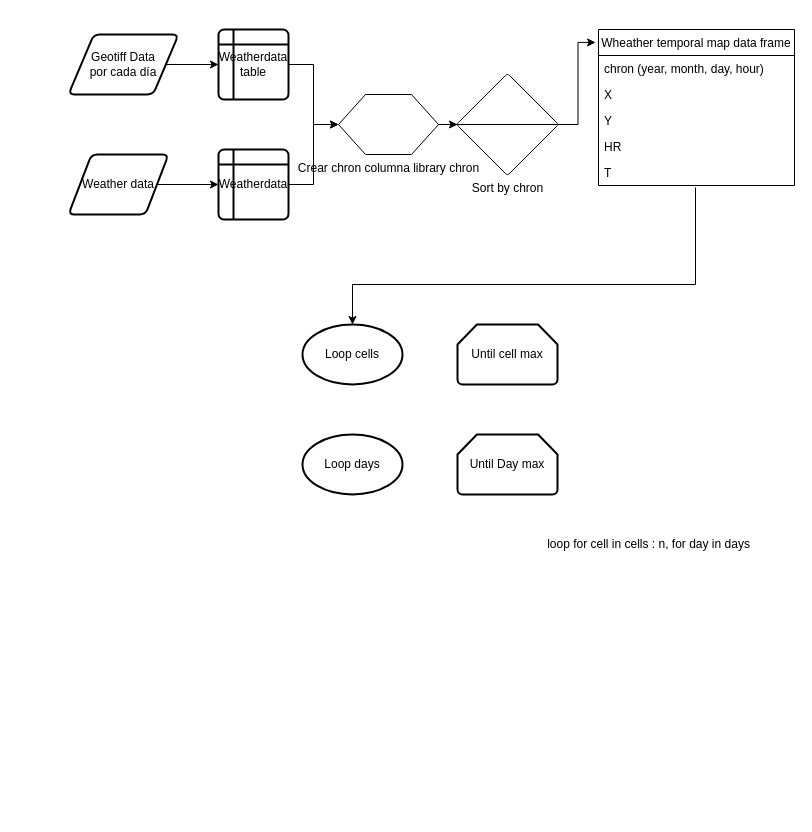
The draw.io diagram Untitled Diagram.drawio in stdupas/interactiveBlightMap, before the edit. Source tidied: cells renumbered, new cells numbered last; positions are measured from the earlier drawing's top-left corner, leaving out a move shared by most shapes. Both pictures are drawn from the tidied source at 100%, with x=0, y=0 at pixel (68, 29).
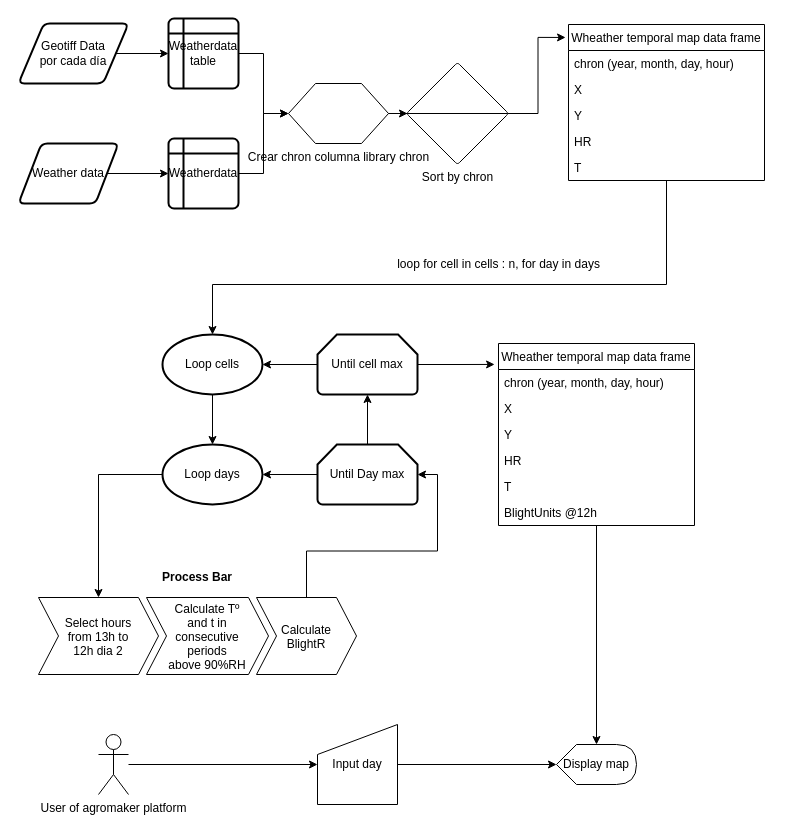
The same page after the edit.

What changed in the source:
```diff
@@
     <mxCell id="2" value="Weather data" style="shape=parallelogram;html=1;strokeWidth=2;perimeter=parallelogramPerimeter;whiteSpace=wrap;rounded=1;arcSize=12;size=0.23;" parent="1" vertex="1">
-      <mxGeometry y="125" width="100" height="60" as="geometry" />
+      <mxGeometry x="-50" y="114" width="100" height="60" as="geometry" />
     </mxCell>
@@
     <mxCell id="4" value="Weatherdata" style="shape=internalStorage;whiteSpace=wrap;html=1;dx=15;dy=15;rounded=1;arcSize=8;strokeWidth=2;" parent="1" vertex="1">
-      <mxGeometry x="150" y="120" width="70" height="70" as="geometry" />
+      <mxGeometry x="100" y="109" width="70" height="70" as="geometry" />
     </mxCell>
@@
-    <mxCell id="6" style="edgeStyle=orthogonalEdgeStyle;rounded=0;jettySize=auto;html=1;entryX=0.5;entryY=0;entryDx=0;entryDy=0;entryPerimeter=0;" parent="1" edge="1" target="12">
+    <mxCell id="6" style="edgeStyle=orthogonalEdgeStyle;rounded=0;jettySize=auto;html=1;entryX=0.5;entryY=0;entryDx=0;entryDy=0;entryPerimeter=0;exitX=0.5;exitY=1;exitDx=0;exitDy=0;" parent="1" edge="1" source="18" target="12">
       <mxGeometry relative="1" as="geometry">
-        <mxPoint x="627" y="158" as="sourcePoint" />
         <Array as="points">
-          <mxPoint x="627" y="255" />
-          <mxPoint x="284" y="255" />
+          <mxPoint x="598" y="255" />
+          <mxPoint x="144" y="255" />
         </Array>
       </mxGeometry>
     </mxCell>
@@
     <mxCell id="8" value="Crear chron columna library chron" style="verticalLabelPosition=bottom;verticalAlign=top;html=1;shape=hexagon;perimeter=hexagonPerimeter2;arcSize=6;size=0.27;" parent="1" vertex="1">
-      <mxGeometry x="270" y="65" width="100" height="60" as="geometry" />
+      <mxGeometry x="220" y="54" width="100" height="60" as="geometry" />
     </mxCell>
@@
     <mxCell id="10" value="Sort by chron" style="verticalLabelPosition=bottom;verticalAlign=top;html=1;shape=mxgraph.flowchart.sort;" parent="1" vertex="1">
-      <mxGeometry x="389" y="45" width="100" height="100" as="geometry" />
+      <mxGeometry x="339" y="34" width="100" height="100" as="geometry" />
     </mxCell>
+    <mxCell id="26" style="edgeStyle=orthogonalEdgeStyle;rounded=0;jettySize=auto;html=1;entryX=1;entryY=0.5;entryDx=0;entryDy=0;entryPerimeter=0;" parent="1" edge="1" source="11" target="12">
+      <mxGeometry relative="1" as="geometry" />
+    </mxCell>
+    <mxCell id="27" style="edgeStyle=orthogonalEdgeStyle;rounded=0;jettySize=auto;html=1;exitX=1;exitY=0.5;exitDx=0;exitDy=0;exitPerimeter=0;entryX=-0.02;entryY=0.115;entryDx=0;entryDy=0;entryPerimeter=0;" parent="1" edge="1" source="11" target="38">
+      <mxGeometry relative="1" as="geometry" />
+    </mxCell>
     <mxCell id="11" value="Until cell max" style="strokeWidth=2;html=1;shape=mxgraph.flowchart.loop_limit;whiteSpace=wrap;" parent="1" vertex="1">
-      <mxGeometry x="389" y="295" width="100" height="60" as="geometry" />
+      <mxGeometry x="249" y="305" width="100" height="60" as="geometry" />
     </mxCell>
+    <mxCell id="28" style="edgeStyle=orthogonalEdgeStyle;rounded=0;jettySize=auto;html=1;exitX=0.5;exitY=1;exitDx=0;exitDy=0;exitPerimeter=0;entryX=0.5;entryY=0;entryDx=0;entryDy=0;entryPerimeter=0;" parent="1" edge="1" source="12" target="25">
+      <mxGeometry relative="1" as="geometry" />
+    </mxCell>
     <mxCell id="12" value="Loop cells" style="strokeWidth=2;html=1;shape=mxgraph.flowchart.start_1;whiteSpace=wrap;" parent="1" vertex="1">
-      <mxGeometry x="234" y="295" width="100" height="60" as="geometry" />
+      <mxGeometry x="94" y="305" width="100" height="60" as="geometry" />
     </mxCell>
     <mxCell id="13" value="loop for cell in cells : n, for day in days" style="text;html=1;align=center;verticalAlign=middle;" parent="1" vertex="1">
-      <mxGeometry x="470" y="505" width="220" height="20" as="geometry" />
+      <mxGeometry x="320" y="225" width="220" height="20" as="geometry" />
     </mxCell>
     <mxCell id="14" value="Geotiff Data &lt;br&gt;por cada día" style="shape=parallelogram;html=1;strokeWidth=2;perimeter=parallelogramPerimeter;whiteSpace=wrap;rounded=1;arcSize=12;size=0.23;" parent="1" vertex="1">
-      <mxGeometry y="5" width="110" height="60" as="geometry" />
+      <mxGeometry x="-50" y="-6" width="110" height="60" as="geometry" />
     </mxCell>
@@
     <mxCell id="16" value="Weatherdata table" style="shape=internalStorage;whiteSpace=wrap;html=1;dx=15;dy=15;rounded=1;arcSize=8;strokeWidth=2;" parent="1" vertex="1">
-      <mxGeometry x="150" width="70" height="70" as="geometry" />
+      <mxGeometry x="100" y="-11" width="70" height="70" as="geometry" />
     </mxCell>
@@
+    <mxCell id="29" style="edgeStyle=orthogonalEdgeStyle;rounded=0;jettySize=auto;html=1;exitX=0;exitY=0.5;exitDx=0;exitDy=0;exitPerimeter=0;entryX=1;entryY=0.5;entryDx=0;entryDy=0;entryPerimeter=0;" parent="1" edge="1" source="24" target="25">
+      <mxGeometry relative="1" as="geometry" />
+    </mxCell>
+    <mxCell id="24" value="Until Day max" style="strokeWidth=2;html=1;shape=mxgraph.flowchart.loop_limit;whiteSpace=wrap;" parent="1" vertex="1">
+      <mxGeometry x="249" y="415" width="100" height="60" as="geometry" />
+    </mxCell>
+    <mxCell id="30" style="edgeStyle=orthogonalEdgeStyle;rounded=0;jettySize=auto;html=1;exitX=0;exitY=0.5;exitDx=0;exitDy=0;exitPerimeter=0;" parent="1" edge="1" source="25" target="34">
+      <mxGeometry relative="1" as="geometry" />
+    </mxCell>
+    <mxCell id="31" style="edgeStyle=orthogonalEdgeStyle;rounded=0;jettySize=auto;html=1;exitX=0.5;exitY=0;exitDx=0;exitDy=0;exitPerimeter=0;entryX=0.5;entryY=1;entryDx=0;entryDy=0;entryPerimeter=0;" parent="1" edge="1" source="24" target="11">
+      <mxGeometry relative="1" as="geometry" />
+    </mxCell>
+    <mxCell id="25" value="Loop days" style="strokeWidth=2;html=1;shape=mxgraph.flowchart.start_1;whiteSpace=wrap;" parent="1" vertex="1">
+      <mxGeometry x="94" y="415" width="100" height="60" as="geometry" />
+    </mxCell>
+    <mxCell id="32" style="edgeStyle=orthogonalEdgeStyle;rounded=0;jettySize=auto;html=1;entryX=1;entryY=0.5;entryDx=0;entryDy=0;entryPerimeter=0;" parent="1" edge="1" source="36" target="24">
+      <mxGeometry relative="1" as="geometry" />
+    </mxCell>
+    <mxCell id="33" value="Process Bar" style="swimlane;horizontal=1;fillColor=none;strokeColor=none;stackBorder=10;align=center;fontColor=#000000;" parent="1" vertex="1">
+      <mxGeometry x="-40" y="535" width="338" height="120" as="geometry" />
+    </mxCell>
+    <mxCell id="34" value="Select hours&#10;from 13h to &#10;12h dia 2" style="shape=step;perimeter=stepPerimeter;fixedSize=1;points=[];spacing=0;" parent="33" vertex="1">
+      <mxGeometry x="10" y="33" width="120" height="77" as="geometry" />
+    </mxCell>
+    <mxCell id="35" value="Calculate Tº &#10;and t in&#10;consecutive &#10;periods &#10;above 90%RH" style="shape=step;perimeter=stepPerimeter;fixedSize=1;" parent="33" vertex="1">
+      <mxGeometry x="118" y="33" width="122" height="77" as="geometry" />
+    </mxCell>
+    <mxCell id="36" value="Calculate &#10;BlightR" style="shape=step;perimeter=stepPerimeter;fixedSize=1;points=[];" parent="33" vertex="1">
+      <mxGeometry x="228" y="33" width="100" height="77" as="geometry" />
+    </mxCell>
     <mxCell id="18" value="Wheather temporal map data frame" style="swimlane;fontStyle=0;horizontal=1;startSize=26;fillColor=none;" parent="1" vertex="1">
-      <mxGeometry x="530" width="196" height="156" as="geometry" />
+      <mxGeometry x="500" y="-5" width="196" height="156" as="geometry" />
     </mxCell>
@@
-    <mxCell id="24" value="Until Day max" style="strokeWidth=2;html=1;shape=mxgraph.flowchart.loop_limit;whiteSpace=wrap;" parent="1" vertex="1">
-      <mxGeometry x="389" y="405" width="100" height="60" as="geometry" />
-    </mxCell>
-    <mxCell id="25" value="Loop days" style="strokeWidth=2;html=1;shape=mxgraph.flowchart.start_1;whiteSpace=wrap;" parent="1" vertex="1">
-      <mxGeometry x="234" y="405" width="100" height="60" as="geometry" />
-    </mxCell>
+    <mxCell id="37" style="edgeStyle=orthogonalEdgeStyle;rounded=0;jettySize=auto;html=1;" parent="1" edge="1" source="38" target="45">
+      <mxGeometry relative="1" as="geometry" />
+    </mxCell>
+    <mxCell id="38" value="Wheather temporal map data frame" style="swimlane;fontStyle=0;horizontal=1;startSize=26;fillColor=none;" parent="1" vertex="1">
+      <mxGeometry x="430" y="314" width="196" height="182" as="geometry" />
+    </mxCell>
+    <mxCell id="39" value="chron (year, month, day, hour)" style="text;strokeColor=none;fillColor=none;align=left;verticalAlign=top;spacingLeft=4;spacingRight=4;overflow=hidden;" parent="38" vertex="1">
+      <mxGeometry y="26" width="196" height="26" as="geometry" />
+    </mxCell>
+    <mxCell id="40" value="X" style="text;strokeColor=none;fillColor=none;align=left;verticalAlign=top;spacingLeft=4;spacingRight=4;overflow=hidden;" parent="38" vertex="1">
+      <mxGeometry y="52" width="196" height="26" as="geometry" />
+    </mxCell>
+    <mxCell id="41" value="Y" style="text;strokeColor=none;fillColor=none;align=left;verticalAlign=top;spacingLeft=4;spacingRight=4;overflow=hidden;" parent="38" vertex="1">
+      <mxGeometry y="78" width="196" height="26" as="geometry" />
+    </mxCell>
+    <mxCell id="42" value="HR" style="text;strokeColor=none;fillColor=none;align=left;verticalAlign=top;spacingLeft=4;spacingRight=4;overflow=hidden;" parent="38" vertex="1">
+      <mxGeometry y="104" width="196" height="26" as="geometry" />
+    </mxCell>
+    <mxCell id="43" value="T" style="text;strokeColor=none;fillColor=none;align=left;verticalAlign=top;spacingLeft=4;spacingRight=4;overflow=hidden;" parent="38" vertex="1">
+      <mxGeometry y="130" width="196" height="26" as="geometry" />
+    </mxCell>
+    <mxCell id="44" value="BlightUnits @12h" style="text;strokeColor=none;fillColor=none;align=left;verticalAlign=top;spacingLeft=4;spacingRight=4;overflow=hidden;" parent="38" vertex="1">
+      <mxGeometry y="156" width="196" height="26" as="geometry" />
+    </mxCell>
+    <mxCell id="45" value="Display map" style="shape=display;whiteSpace=wrap;html=1;" parent="1" vertex="1">
+      <mxGeometry x="488" y="715" width="80" height="40" as="geometry" />
+    </mxCell>
+    <mxCell id="46" style="edgeStyle=orthogonalEdgeStyle;rounded=0;jettySize=auto;html=1;" parent="1" edge="1" source="47" target="45">
+      <mxGeometry relative="1" as="geometry" />
+    </mxCell>
+    <mxCell id="47" value="Input day" style="shape=manualInput;whiteSpace=wrap;html=1;" parent="1" vertex="1">
+      <mxGeometry x="249" y="695" width="80" height="80" as="geometry" />
+    </mxCell>
+    <mxCell id="48" style="edgeStyle=orthogonalEdgeStyle;rounded=0;jettySize=auto;html=1;" parent="1" edge="1" source="49" target="47">
+      <mxGeometry relative="1" as="geometry" />
+    </mxCell>
+    <mxCell id="49" value="User of agromaker platform" style="shape=umlActor;verticalLabelPosition=bottom;labelBackgroundColor=#ffffff;verticalAlign=top;html=1;outlineConnect=0;" parent="1" vertex="1">
+      <mxGeometry x="30" y="705" width="30" height="60" as="geometry" />
+    </mxCell>
```
